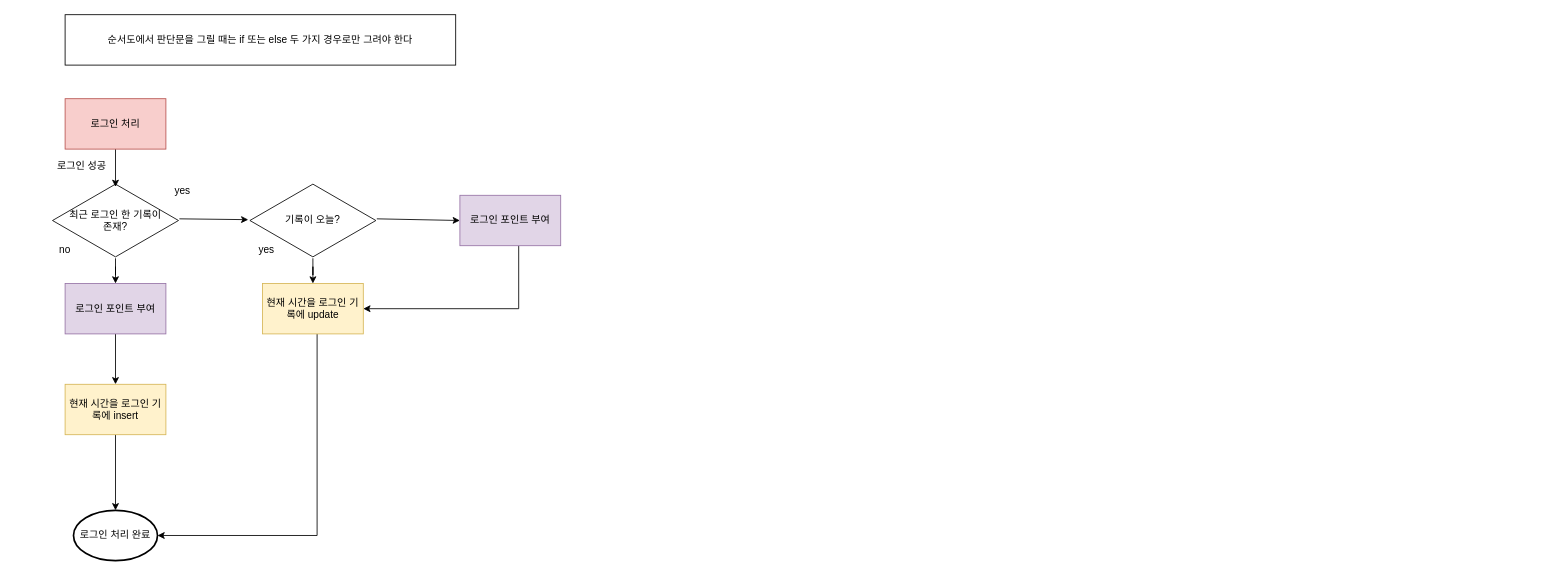
IANAHB0517/goott keeps this draw.io diagram as jsp/MiniProject/src/main/webapp/diagrams/miniproj.drawio. Above is the earlier version. Source tidied: cells renumbered, new cells numbered last; positions are measured from the earlier drawing's top-left corner, leaving out a move shared by most shapes. Both pictures are drawn from the tidied source at 84%, with x=0, y=0 at pixel (14, 14).
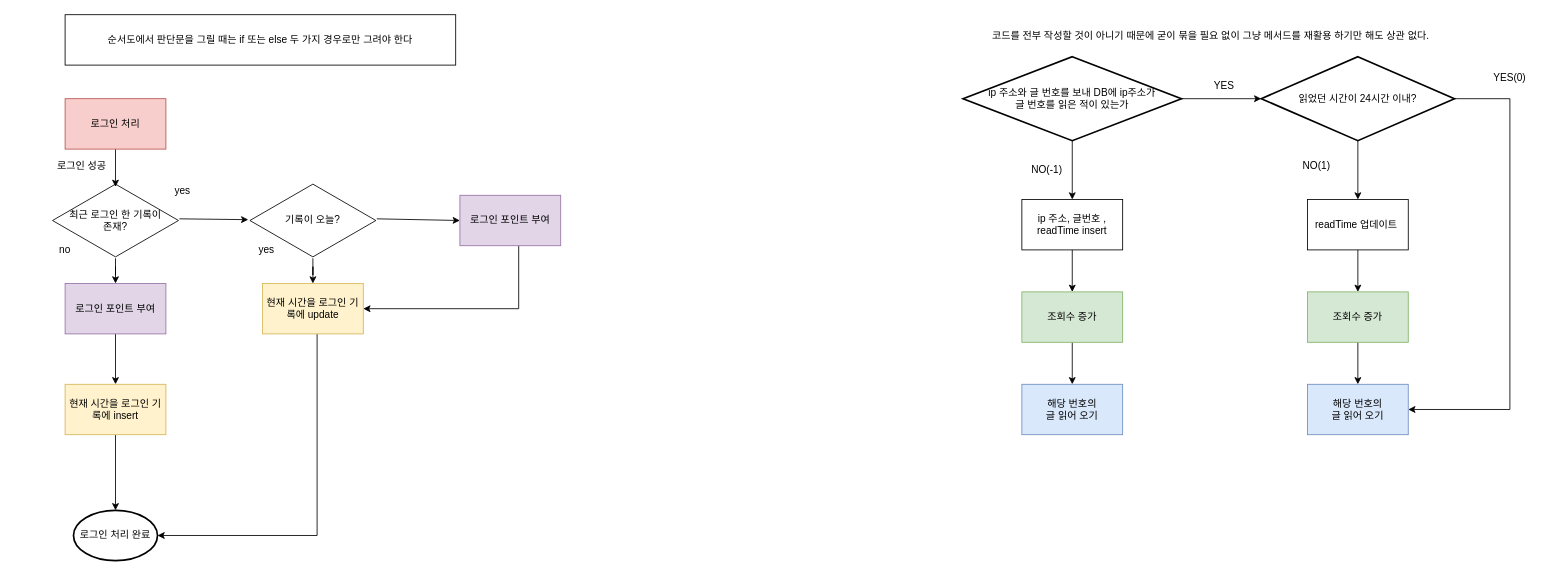
Above is the later version.

What changed in the source:
```diff
@@
+    <mxCell id="24" style="edgeStyle=orthogonalEdgeStyle;rounded=0;jettySize=auto;html=1;entryX=0;entryY=0.5;entryDx=0;entryDy=0;entryPerimeter=0;" parent="1" edge="1" source="26" target="31">
+      <mxGeometry relative="1" as="geometry" />
+    </mxCell>
+    <mxCell id="25" style="edgeStyle=orthogonalEdgeStyle;rounded=0;jettySize=auto;html=1;entryX=0.5;entryY=0;entryDx=0;entryDy=0;" parent="1" edge="1" source="26" target="28">
+      <mxGeometry relative="1" as="geometry" />
+    </mxCell>
+    <mxCell id="26" value="ip 주소와 글 번호를 보내 DB에 ip주소가&lt;br style=&quot;border-color: var(--border-color);&quot;&gt;글 번호를 읽은 적이 있는가" style="strokeWidth=2;html=1;shape=mxgraph.flowchart.decision;whiteSpace=wrap;" parent="1" vertex="1">
+      <mxGeometry x="1129" y="50" width="260" height="100" as="geometry" />
+    </mxCell>
+    <mxCell id="27" style="edgeStyle=orthogonalEdgeStyle;rounded=0;jettySize=auto;html=1;entryX=0.5;entryY=0;entryDx=0;entryDy=0;" parent="1" edge="1" source="28" target="40">
+      <mxGeometry relative="1" as="geometry" />
+    </mxCell>
+    <mxCell id="28" value="ip 주소, 글번호 , readTime insert" style="rounded=0;whiteSpace=wrap;html=1;" parent="1" vertex="1">
+      <mxGeometry x="1199" y="220" width="120" height="60" as="geometry" />
+    </mxCell>
+    <mxCell id="29" style="edgeStyle=orthogonalEdgeStyle;rounded=0;jettySize=auto;html=1;entryX=1;entryY=0.5;entryDx=0;entryDy=0;" parent="1" edge="1" source="31" target="38">
+      <mxGeometry relative="1" as="geometry">
+        <Array as="points">
+          <mxPoint x="1780" y="100" />
+          <mxPoint x="1780" y="470" />
+        </Array>
+      </mxGeometry>
+    </mxCell>
+    <mxCell id="30" style="edgeStyle=orthogonalEdgeStyle;rounded=0;jettySize=auto;html=1;entryX=0.5;entryY=0;entryDx=0;entryDy=0;" parent="1" edge="1" source="31" target="42">
+      <mxGeometry relative="1" as="geometry" />
+    </mxCell>
+    <mxCell id="31" value="읽었던 시간이 24시간 이내?" style="strokeWidth=2;html=1;shape=mxgraph.flowchart.decision;whiteSpace=wrap;" parent="1" vertex="1">
+      <mxGeometry x="1484" y="50" width="230" height="100" as="geometry" />
+    </mxCell>
+    <mxCell id="32" value="YES" style="text;html=1;strokeColor=none;fillColor=none;align=center;verticalAlign=middle;whiteSpace=wrap;rounded=0;" parent="1" vertex="1">
+      <mxGeometry x="1410" y="70" width="60" height="30" as="geometry" />
+    </mxCell>
+    <mxCell id="33" value="NO(-1)" style="text;html=1;strokeColor=none;fillColor=none;align=center;verticalAlign=middle;whiteSpace=wrap;rounded=0;" parent="1" vertex="1">
+      <mxGeometry x="1199" y="170" width="60" height="30" as="geometry" />
+    </mxCell>
+    <mxCell id="34" style="edgeStyle=orthogonalEdgeStyle;rounded=0;jettySize=auto;html=1;entryX=0.5;entryY=0;entryDx=0;entryDy=0;exitX=0.5;exitY=1;exitDx=0;exitDy=0;" parent="1" edge="1" source="42" target="43">
+      <mxGeometry relative="1" as="geometry" />
+    </mxCell>
+    <mxCell id="35" value="YES(0)" style="text;html=1;strokeColor=none;fillColor=none;align=center;verticalAlign=middle;whiteSpace=wrap;rounded=0;" parent="1" vertex="1">
+      <mxGeometry x="1750" y="60" width="60" height="30" as="geometry" />
+    </mxCell>
+    <mxCell id="36" value="NO(1)" style="text;html=1;strokeColor=none;fillColor=none;align=center;verticalAlign=middle;whiteSpace=wrap;rounded=0;" parent="1" vertex="1">
+      <mxGeometry x="1520" y="165" width="60" height="30" as="geometry" />
+    </mxCell>
+    <mxCell id="37" style="edgeStyle=orthogonalEdgeStyle;rounded=0;jettySize=auto;html=1;exitX=0.5;exitY=1;exitDx=0;exitDy=0;" parent="1" edge="1" source="43" target="38">
+      <mxGeometry relative="1" as="geometry" />
+    </mxCell>
+    <mxCell id="38" value="해당 번호의&lt;br&gt;글 읽어 오기" style="rounded=0;whiteSpace=wrap;html=1;fillColor=#dae8fc;strokeColor=#6c8ebf;" parent="1" vertex="1">
+      <mxGeometry x="1539" y="440" width="120" height="60" as="geometry" />
+    </mxCell>
+    <mxCell id="39" style="edgeStyle=orthogonalEdgeStyle;rounded=0;jettySize=auto;html=1;entryX=0.5;entryY=0;entryDx=0;entryDy=0;" parent="1" edge="1" source="40" target="41">
+      <mxGeometry relative="1" as="geometry" />
+    </mxCell>
+    <mxCell id="40" value="조회수 증가&lt;br&gt;" style="rounded=0;whiteSpace=wrap;html=1;fillColor=#d5e8d4;strokeColor=#82b366;" parent="1" vertex="1">
+      <mxGeometry x="1199" y="330" width="120" height="60" as="geometry" />
+    </mxCell>
+    <mxCell id="41" value="해당 번호의&lt;br&gt;글 읽어 오기" style="rounded=0;whiteSpace=wrap;html=1;fillColor=#dae8fc;strokeColor=#6c8ebf;" parent="1" vertex="1">
+      <mxGeometry x="1199" y="440" width="120" height="60" as="geometry" />
+    </mxCell>
+    <mxCell id="42" value="readTime 업데이트&amp;nbsp;" style="rounded=0;whiteSpace=wrap;html=1;" parent="1" vertex="1">
+      <mxGeometry x="1539" y="220" width="120" height="60" as="geometry" />
+    </mxCell>
+    <mxCell id="43" value="조회수 증가&lt;br&gt;" style="rounded=0;whiteSpace=wrap;html=1;fillColor=#d5e8d4;strokeColor=#82b366;" parent="1" vertex="1">
+      <mxGeometry x="1539" y="330" width="120" height="60" as="geometry" />
+    </mxCell>
+    <mxCell id="44" value="코드를 전부 작성할 것이 아니기 때문에 굳이 묶을 필요 없이 그냥 메서드를 재활용 하기만 해도 상관 없다." style="text;html=1;strokeColor=none;fillColor=none;align=center;verticalAlign=middle;whiteSpace=wrap;rounded=0;" parent="1" vertex="1">
+      <mxGeometry x="1134" y="10" width="580" height="30" as="geometry" />
+    </mxCell>
```
